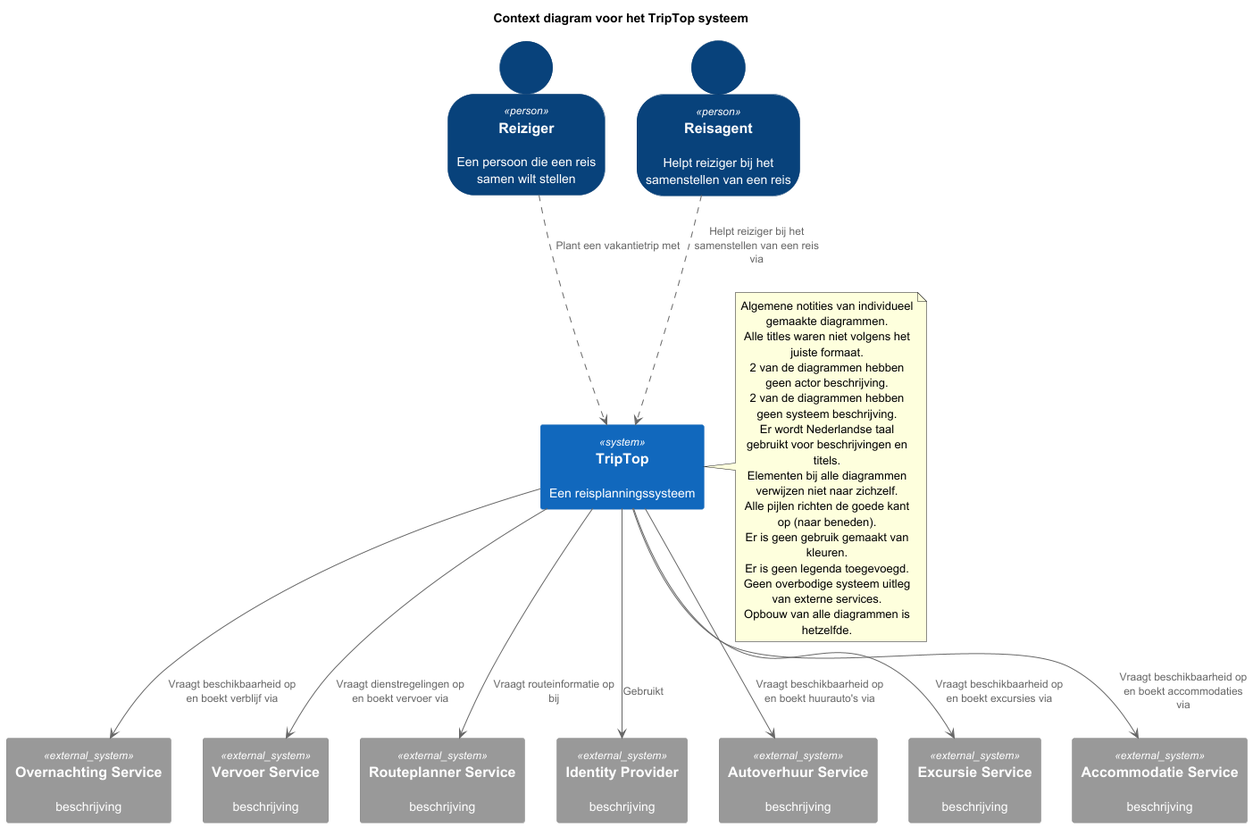
Above: opdracht-diagrammen/C4_Context_Diagram.png in AIM-ENE-feb25/triptop-groep-b5 (PlantUML), before the change. The source it was exported from:
```plantuml
@startuml
!if %variable_exists("RELATIVE_INCLUDE")
  !include %get_variable_value("RELATIVE_INCLUDE")/C4_Container.puml
!else
  !include https://raw.githubusercontent.com/plantuml-stdlib/C4-PlantUML/master/C4_Container.puml
!endif

SHOW_PERSON_OUTLINE()

AddRelTag("sync/async", $textColor=$ARROW_FONT_COLOR, $lineColor=$ARROW_COLOR, $lineStyle=DottedLine())

title Context diagram voor het TripTop systeem

Person(reiziger, Reiziger, "Een persoon die een reis samen wilt stellen")
Person(reisagent, Reisagent, "Helpt reiziger bij het samenstellen van een reis")

System(triptop, TripTop, "Een reisplanningssysteem")

System_Ext(overnachting, "Overnachting Service", "beschrijving")
System_Ext(vervoer, "Vervoer Service", "beschrijving")
System_Ext(routeplanner, "Routeplanner Service", "beschrijving")
System_Ext(identityprovider, "Identity Provider", "beschrijving")
System_Ext(autoverhuur, "Autoverhuur Service", "beschrijving")
System_Ext(excursie, "Excursie Service", "beschrijving")
System_Ext(accommodatie, "Accommodatie Service", "beschrijving")

reiziger ..> triptop : Plant een vakantietrip met
reisagent ..> triptop : Helpt reiziger bij het samenstellen van een reis via

triptop --> overnachting : Vraagt beschikbaarheid op en boekt verblijf via
triptop --> vervoer : Vraagt dienstregelingen op en boekt vervoer via
triptop --> routeplanner : Vraagt routeinformatie op bij
triptop --> identityprovider : Gebruikt
triptop --> autoverhuur : Vraagt beschikbaarheid op en boekt huurauto's via
triptop --> excursie : Vraagt beschikbaarheid op en boekt excursies via
triptop --> accommodatie : Vraagt beschikbaarheid op en boekt accommodaties via

note right of triptop
  Algemene notities van individueel gemaakte diagrammen.
  Alle titles waren niet volgens het juiste formaat.
  2 van de diagrammen hebben geen actor beschrijving.
  2 van de diagrammen hebben geen systeem beschrijving.
  Er wordt Nederlandse taal gebruikt voor beschrijvingen en titels.
  Elementen bij alle diagrammen verwijzen niet naar zichzelf.
  Alle pijlen richten de goede kant op (naar beneden).
  Er is geen gebruik gemaakt van kleuren.
  Er is geen legenda toegevoegd.
  Geen overbodige systeem uitleg van externe services.
  Opbouw van alle diagrammen is hetzelfde.
end note
@enduml
```
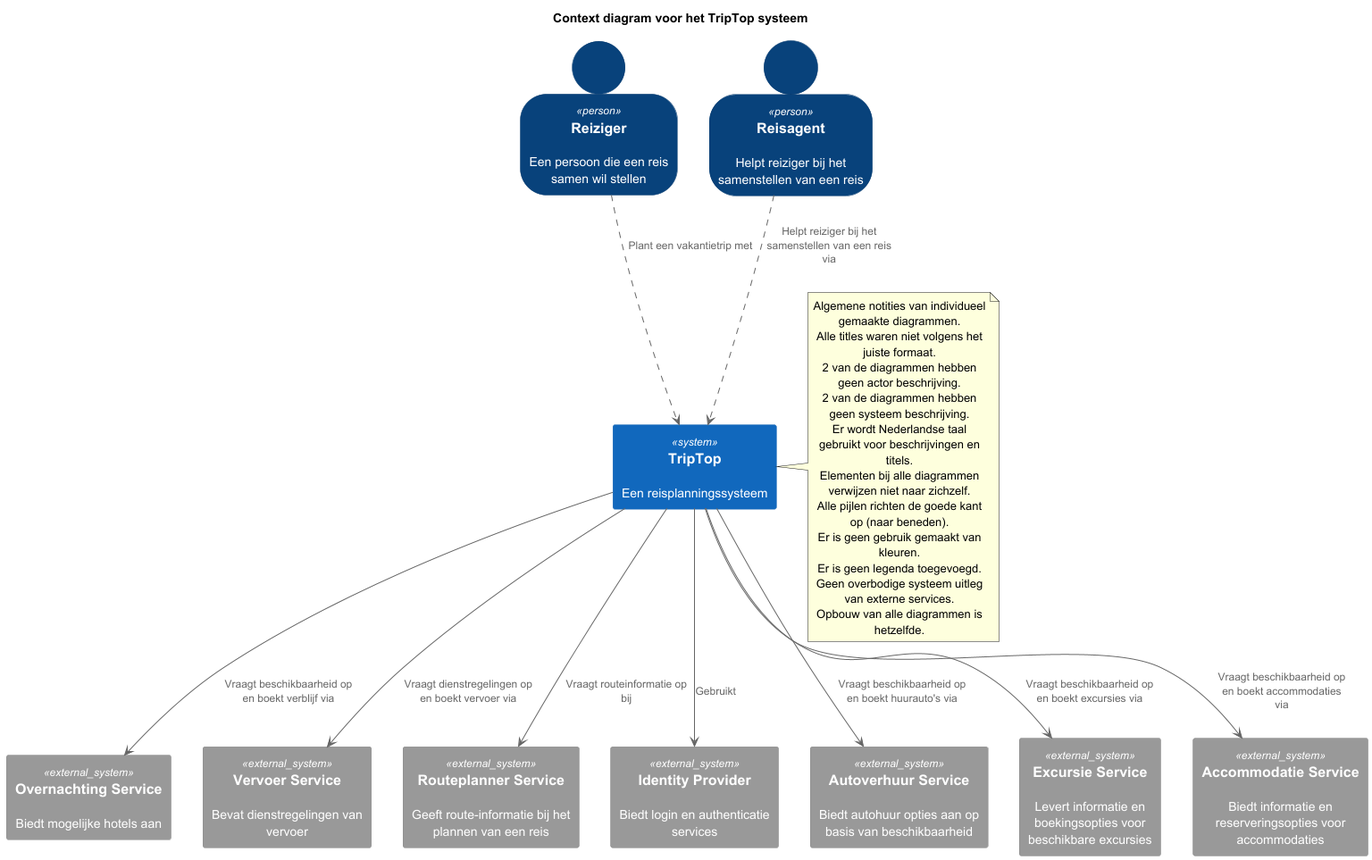
The same file after the commit.

What changed in the source:
```diff
@@ -11,18 +11,18 @@
 
 title Context diagram voor het TripTop systeem
 
-Person(reiziger, Reiziger, "Een persoon die een reis samen wilt stellen")
+Person(reiziger, Reiziger, "Een persoon die een reis samen wil stellen")
 Person(reisagent, Reisagent, "Helpt reiziger bij het samenstellen van een reis")
 
 System(triptop, TripTop, "Een reisplanningssysteem")
 
-System_Ext(overnachting, "Overnachting Service", "beschrijving")
-System_Ext(vervoer, "Vervoer Service", "beschrijving")
-System_Ext(routeplanner, "Routeplanner Service", "beschrijving")
-System_Ext(identityprovider, "Identity Provider", "beschrijving")
-System_Ext(autoverhuur, "Autoverhuur Service", "beschrijving")
-System_Ext(excursie, "Excursie Service", "beschrijving")
-System_Ext(accommodatie, "Accommodatie Service", "beschrijving")
+System_Ext(overnachting, "Overnachting Service", "Biedt mogelijke hotels aan")
+System_Ext(vervoer, "Vervoer Service", "Bevat dienstregelingen van vervoer")
+System_Ext(routeplanner, "Routeplanner Service", "Geeft route-informatie bij het plannen van een reis")
+System_Ext(identityprovider, "Identity Provider", "Biedt login en authenticatie services")
+System_Ext(autoverhuur, "Autoverhuur Service", "Biedt autohuur opties aan op basis van beschikbaarheid")
+System_Ext(excursie, "Excursie Service", "Levert informatie en boekingsopties voor beschikbare excursies")
+System_Ext(accommodatie, "Accommodatie Service", "Biedt informatie en reserveringsopties voor accommodaties")
 
 reiziger ..> triptop : Plant een vakantietrip met
 reisagent ..> triptop : Helpt reiziger bij het samenstellen van een reis via
```
